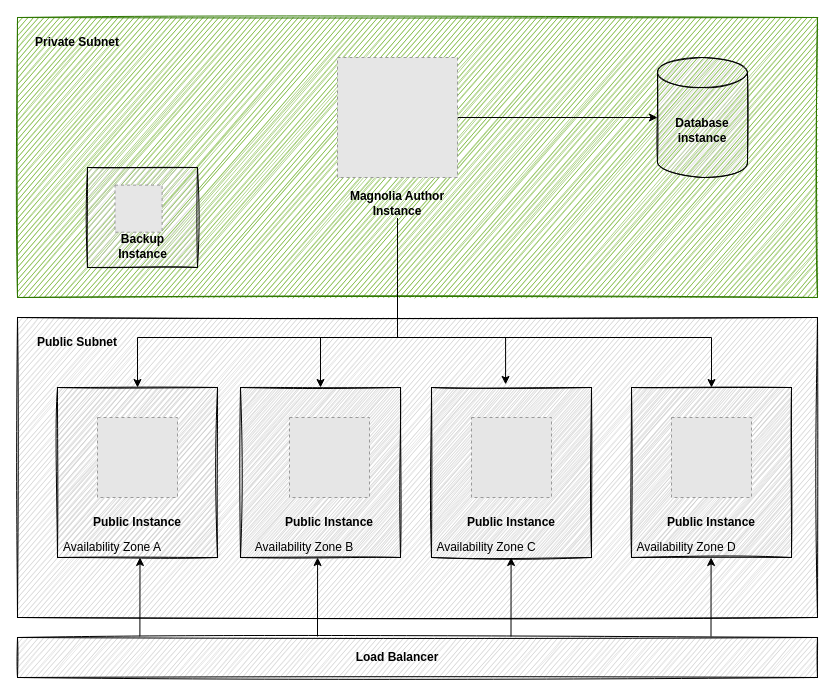
Earlier version of the draw.io diagram magnolia-typical-architect.drawio (khoa-nd/awesome-diagrams). Source tidied: cells renumbered, new cells numbered last; positions are measured from the earlier drawing's top-left corner, leaving out a move shared by most shapes. Both pictures are drawn from the tidied source at 100%, with x=0, y=0 at pixel (17, 17). Pictures stored in the file or linked from it are replaced by grey dashed boxes.
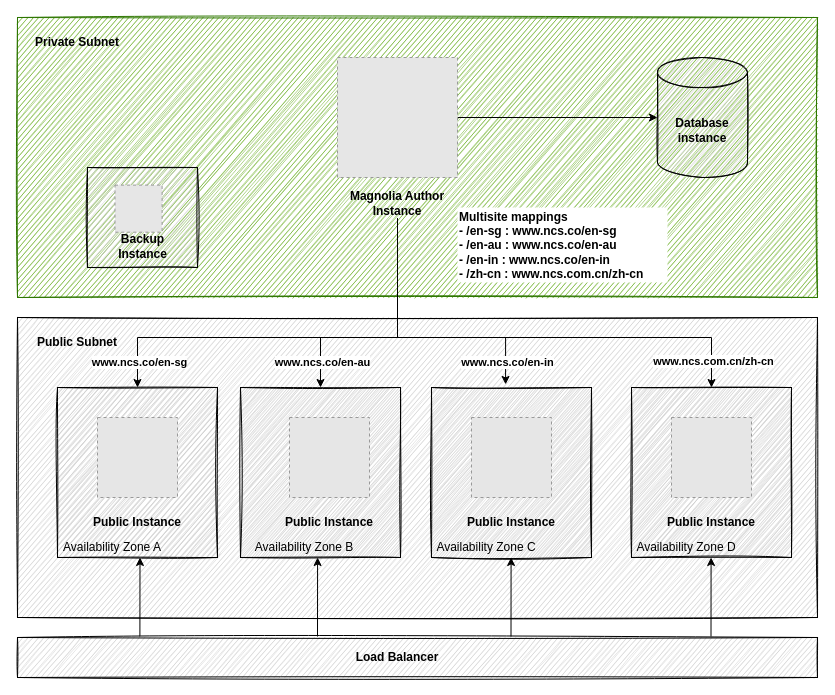
Above is the later version.

Unchanged cells that the change refers to:
```xml
<mxCell id="30" style="endArrow=classic;html=1;rounded=0;edgeStyle=elbowEdgeStyle;elbow=vertical;exitX=0.5;exitY=1;exitDx=0;exitDy=0;entryX=0.5;entryY=0;entryDx=0;entryDy=0;" parent="1" edge="1" source="6" target="11">
  <mxGeometry relative="1" as="geometry">
    <Array as="points">
      <mxPoint x="250" y="320" />
    </Array>
  </mxGeometry>
</mxCell>
<mxCell id="31" style="endArrow=classic;html=1;rounded=0;edgeStyle=elbowEdgeStyle;elbow=vertical;exitX=0.5;exitY=1;exitDx=0;exitDy=0;entryX=0.5;entryY=0;entryDx=0;entryDy=0;" parent="1" edge="1" source="6" target="26">
  <mxGeometry relative="1" as="geometry">
    <Array as="points">
      <mxPoint x="680" y="320" />
      <mxPoint x="260" y="330" />
    </Array>
  </mxGeometry>
</mxCell>
<mxCell id="32" style="endArrow=classic;html=1;rounded=0;edgeStyle=elbowEdgeStyle;elbow=vertical;exitX=0.5;exitY=1;exitDx=0;exitDy=0;entryX=0.5;entryY=0;entryDx=0;entryDy=0;" parent="1" edge="1" source="6" target="16">
  <mxGeometry relative="1" as="geometry">
    <Array as="points">
      <mxPoint x="370" y="320" />
      <mxPoint x="260" y="330" />
    </Array>
  </mxGeometry>
</mxCell>
<mxCell id="33" style="endArrow=classic;html=1;rounded=0;edgeStyle=elbowEdgeStyle;elbow=vertical;exitX=0.5;exitY=1;exitDx=0;exitDy=0;entryX=0.463;entryY=-0.018;entryDx=0;entryDy=0;entryPerimeter=0;" parent="1" edge="1" source="6" target="21">
  <mxGeometry relative="1" as="geometry">
    <Array as="points">
      <mxPoint x="440" y="320" />
      <mxPoint x="440" y="320" />
      <mxPoint x="270" y="340" />
    </Array>
  </mxGeometry>
</mxCell>
```

What changed in the source:
```diff
@@
+    <mxCell id="44" value="www.ncs.co/en-sg" style="edgeLabel;html=1;align=center;verticalAlign=middle;fontStyle=1;" parent="30" vertex="1">
+      <mxGeometry x="0.88" y="1" relative="1" as="geometry" />
+    </mxCell>
@@
+    <mxCell id="45" value="www.ncs.com.cn/zh-cn" style="edgeLabel;html=1;align=center;verticalAlign=middle;fontStyle=1;" parent="31" vertex="1">
+      <mxGeometry x="0.89" y="1" relative="1" as="geometry" />
+    </mxCell>
@@
+    <mxCell id="46" value="www.ncs.co/en-au" style="edgeLabel;html=1;align=center;verticalAlign=middle;fontStyle=1;" parent="32" vertex="1">
+      <mxGeometry x="0.78" y="1" relative="1" as="geometry">
+        <mxPoint y="1" as="offset" />
+      </mxGeometry>
+    </mxCell>
@@
+    <mxCell id="47" value="www.ncs.co/en-in" style="edgeLabel;html=1;align=center;verticalAlign=middle;fontStyle=1;" parent="33" vertex="1">
+      <mxGeometry x="0.83" y="1" relative="1" as="geometry">
+        <mxPoint y="1" as="offset" />
+      </mxGeometry>
+    </mxCell>
@@
+    <mxCell id="48" value="&lt;div align=&quot;left&quot;&gt;Multisite mappings&lt;/div&gt;&lt;div align=&quot;left&quot;&gt;- /en-sg : www.ncs.co/en-sg&lt;br&gt;&lt;/div&gt;&lt;div&gt;- /en-au : www.ncs.co/en-au&lt;/div&gt;&lt;div&gt;- /en-in : www.ncs.co/en-in&lt;/div&gt;&lt;div&gt;- /zh-cn : www.ncs.com.cn/zh-cn&lt;/div&gt;" style="text;html=1;strokeColor=none;fillColor=default;align=left;verticalAlign=middle;whiteSpace=wrap;rounded=0;glass=0;sketch=0;fontStyle=1;" parent="1" vertex="1">
+      <mxGeometry x="440" y="190" width="210" height="75" as="geometry" />
+    </mxCell>
```
